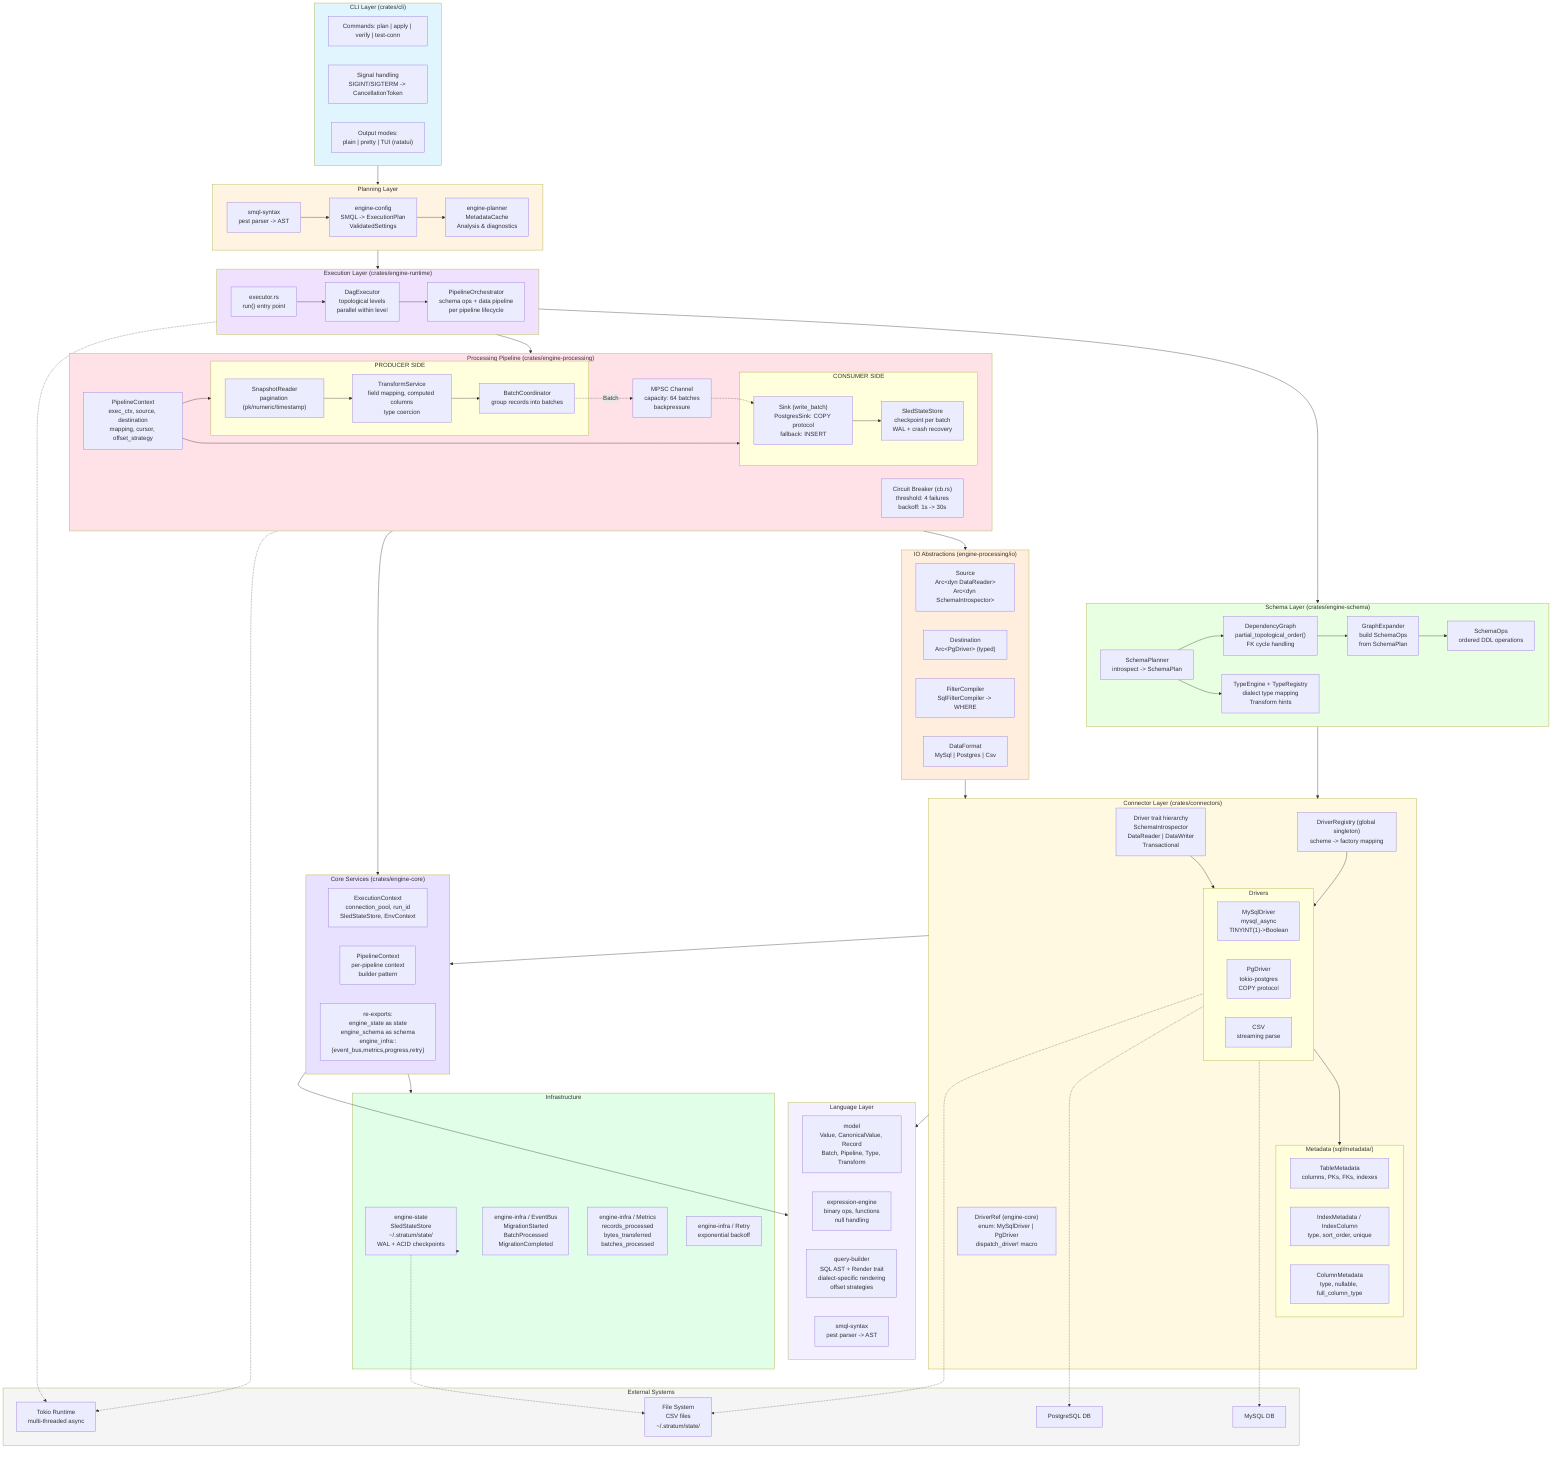
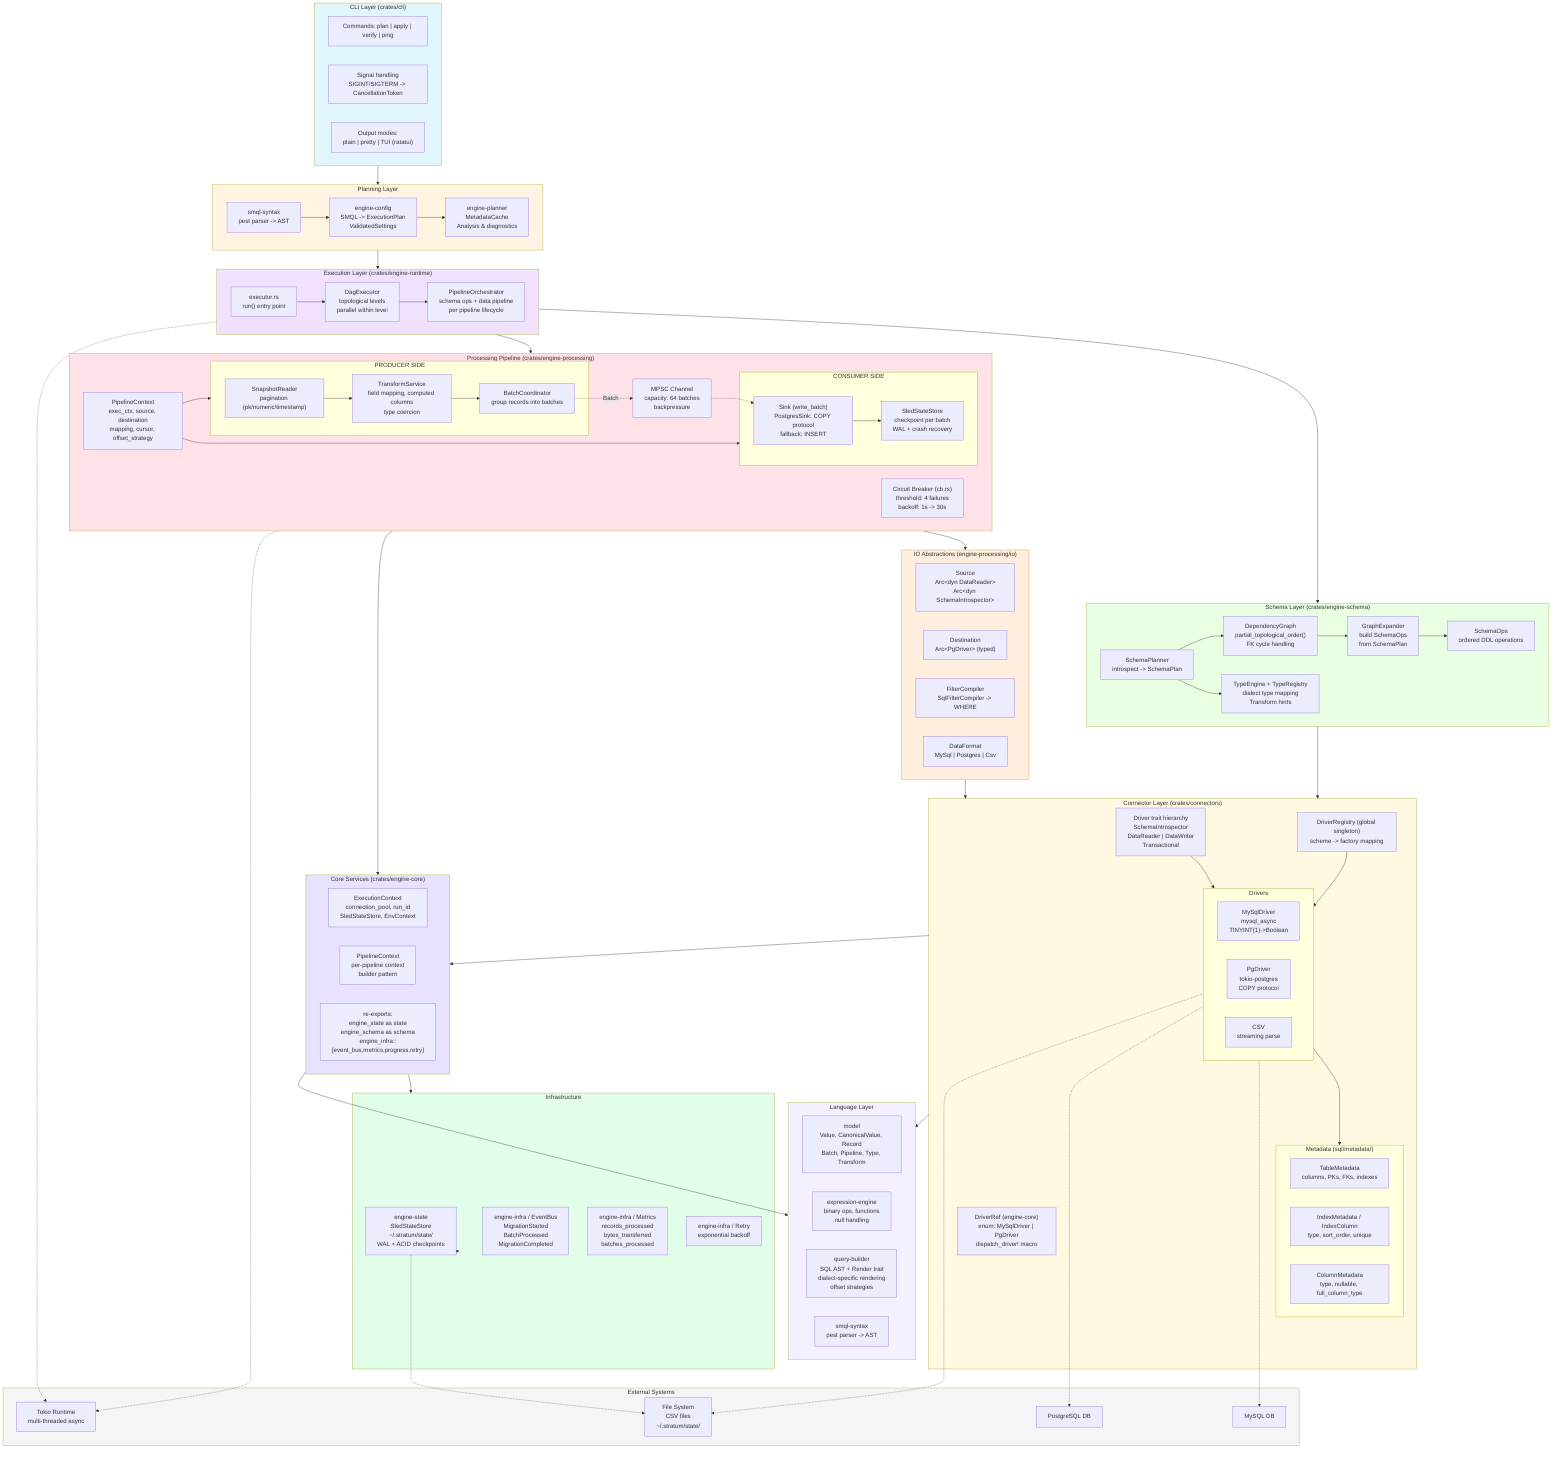
graph TB
    subgraph CLI["CLI Layer (crates/cli)"]
-         CLI_CMDS["Commands: plan | apply | verify | test-conn"]
+         CLI_CMDS["Commands: plan | apply | verify | ping"]
        CLI_SIG["Signal handling<br/>SIGINT/SIGTERM -> CancellationToken"]
        CLI_OUT["Output modes:<br/>plain | pretty | TUI (ratatui)"]
    end

    subgraph PLANNING["Planning Layer"]
        SMQL["smql-syntax<br/>pest parser -> AST"]
        ENGINE_CFG["engine-config<br/>SMQL -> ExecutionPlan<br/>ValidatedSettings"]
        PLANNER["engine-planner<br/>MetadataCache<br/>Analysis & diagnostics"]

        SMQL --> ENGINE_CFG
        ENGINE_CFG --> PLANNER
    end

    subgraph RUNTIME["Execution Layer (crates/engine-runtime)"]
        EXECUTOR["executor.rs<br/>run() entry point"]
        DAG["DagExecutor<br/>topological levels<br/>parallel within level"]
        ORCH["PipelineOrchestrator<br/>schema ops + data pipeline<br/>per pipeline lifecycle"]

        EXECUTOR --> DAG
        DAG --> ORCH
    end

    subgraph SCHEMA["Schema Layer (crates/engine-schema)"]
        SCHEMA_PLAN["SchemaPlanner<br/>introspect -> SchemaPlan"]
        DEP_GRAPH["DependencyGraph<br/>partial_topological_order()<br/>FK cycle handling"]
        TYPE_ENG["TypeEngine + TypeRegistry<br/>dialect type mapping<br/>Transform hints"]
        SCHEMA_OPS["SchemaOps<br/>ordered DDL operations"]
        GRAPH_EXP["GraphExpander<br/>build SchemaOps<br/>from SchemaPlan"]

        SCHEMA_PLAN --> DEP_GRAPH
        SCHEMA_PLAN --> TYPE_ENG
        GRAPH_EXP --> SCHEMA_OPS
        DEP_GRAPH --> GRAPH_EXP
    end

    subgraph PROCESSING["Processing Pipeline (crates/engine-processing)"]
        CTX["PipelineContext<br/>exec_ctx, source, destination<br/>mapping, cursor, offset_strategy"]

        subgraph PROD_SIDE["PRODUCER SIDE"]
            SNAPSHOT["SnapshotReader<br/>pagination (pk/numeric/timestamp)"]
            TRANSFORM["TransformService<br/>field mapping, computed columns<br/>type coercion"]
            BATCH_COORD["BatchCoordinator<br/>group records into batches"]

            SNAPSHOT --> TRANSFORM
            TRANSFORM --> BATCH_COORD
        end

        CHANNEL["MPSC Channel<br/>capacity: 64 batches<br/>backpressure"]

        subgraph CONS_SIDE["CONSUMER SIDE"]
            SINK["Sink (write_batch)<br/>PostgresSink: COPY protocol<br/>fallback: INSERT"]
            STATE_MGR["SledStateStore<br/>checkpoint per batch<br/>WAL + crash recovery"]

            SINK --> STATE_MGR
        end

        CB["Circuit Breaker (cb.rs)<br/>threshold: 4 failures<br/>backoff: 1s -> 30s"]

        BATCH_COORD -.->|Batch| CHANNEL
        CHANNEL -.-> SINK
        CTX --> PROD_SIDE
        CTX --> CONS_SIDE
    end

    subgraph IO["IO Abstractions (engine-processing/io)"]
        SOURCE["Source<br/>Arc&lt;dyn DataReader&gt;<br/>Arc&lt;dyn SchemaIntrospector&gt;"]
        DESTINATION["Destination<br/>Arc&lt;PgDriver&gt; (typed)"]
        FILTER["FilterCompiler<br/>SqlFilterCompiler -> WHERE"]
        FORMAT["DataFormat<br/>MySql | Postgres | Csv"]
    end

    subgraph CONNECTORS["Connector Layer (crates/connectors)"]
        DRIVER_TRAIT["Driver trait hierarchy<br/>SchemaIntrospector<br/>DataReader | DataWriter<br/>Transactional"]
        DRIVER_REF["DriverRef (engine-core)<br/>enum: MySqlDriver | PgDriver<br/>dispatch_driver! macro"]
        REGISTRY["DriverRegistry (global singleton)<br/>scheme -> factory mapping"]

        subgraph DRIVERS["Drivers"]
            MYSQL_DRV["MySqlDriver<br/>mysql_async<br/>TINYINT(1)->Boolean"]
            PG_DRV["PgDriver<br/>tokio-postgres<br/>COPY protocol"]
            CSV_DRV["CSV<br/>streaming parse"]
        end

        subgraph METADATA["Metadata (sql/metadata/)"]
            TABLE_META["TableMetadata<br/>columns, PKs, FKs, indexes"]
            IDX_META["IndexMetadata / IndexColumn<br/>type, sort_order, unique"]
            COL_META["ColumnMetadata<br/>type, nullable, full_column_type"]
        end

        DRIVER_TRAIT --> DRIVERS
        REGISTRY --> DRIVERS
        DRIVERS --> METADATA
    end

    subgraph CORE["Core Services (crates/engine-core)"]
        EXEC_CTX["ExecutionContext<br/>connection_pool, run_id<br/>SledStateStore, EnvContext"]
        PIPELINE_CTX["PipelineContext<br/>per-pipeline context<br/>builder pattern"]

        NOTE["re-exports:<br/>engine_state as state<br/>engine_schema as schema<br/>engine_infra::{event_bus,metrics,progress,retry}"]
    end

    subgraph INFRA["Infrastructure"]
        STATE["engine-state<br/>SledStateStore<br/>~/.stratum/state/<br/>WAL + ACID checkpoints"]
        EVENTBUS["engine-infra / EventBus<br/>MigrationStarted<br/>BatchProcessed<br/>MigrationCompleted"]
        METRICS["engine-infra / Metrics<br/>records_processed<br/>bytes_transferred<br/>batches_processed"]
        RETRY["engine-infra / Retry<br/>exponential backoff"]
    end

    subgraph LANG["Language Layer"]
        MODEL["model<br/>Value, CanonicalValue, Record<br/>Batch, Pipeline, Type, Transform"]
        EXPR["expression-engine<br/>binary ops, functions<br/>null handling"]
        QB["query-builder<br/>SQL AST + Render trait<br/>dialect-specific rendering<br/>offset strategies"]
        SMQL_CRATE["smql-syntax<br/>pest parser -> AST"]
    end

    subgraph EXTERNAL["External Systems"]
        MYSQL_DB["MySQL DB"]
        PG_DB["PostgreSQL DB"]
        FS["File System<br/>CSV files<br/>~/.stratum/state/"]
        TOKIO["Tokio Runtime<br/>multi-threaded async"]
    end

    CLI --> PLANNING
    PLANNING --> RUNTIME
    RUNTIME --> SCHEMA
    RUNTIME --> PROCESSING
    PROCESSING --> IO
    IO --> CONNECTORS
    SCHEMA --> CONNECTORS
    CONNECTORS --> CORE
    PROCESSING --> CORE
    CORE --> INFRA
    INFRA --> STATE
    CONNECTORS --> LANG
    CORE --> LANG

    DRIVERS -.-> MYSQL_DB
    DRIVERS -.-> PG_DB
    DRIVERS -.-> FS
    STATE -.-> FS
    RUNTIME -.-> TOKIO
    PROCESSING -.-> TOKIO

    style CLI fill:#e1f5ff
    style PLANNING fill:#fff4e1
    style RUNTIME fill:#f0e1ff
    style SCHEMA fill:#e8ffe1
    style PROCESSING fill:#ffe1e8
    style IO fill:#ffeedd
    style CONNECTORS fill:#fff9e1
    style CORE fill:#e8e1ff
    style INFRA fill:#e1ffe8
    style LANG fill:#f5f0ff
    style EXTERNAL fill:#f5f5f5
